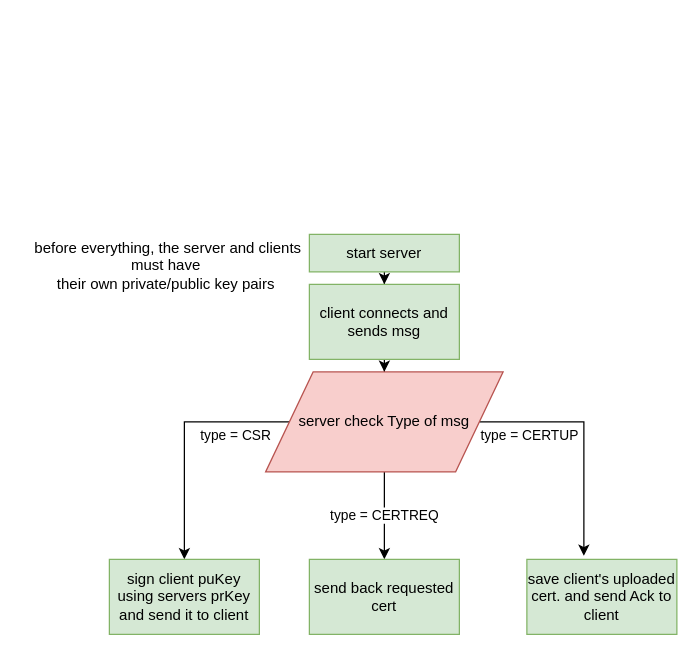
The draw.io diagram Untitled Diagram.drawio in Hasan-Alsulaiman/CA-project, before the edit. Source tidied: cells renumbered, new cells numbered last; positions are measured from the earlier drawing's top-left corner, leaving out a move shared by most shapes. Both pictures are drawn from the tidied source at 125%, with x=0, y=0 at pixel (21, 234).
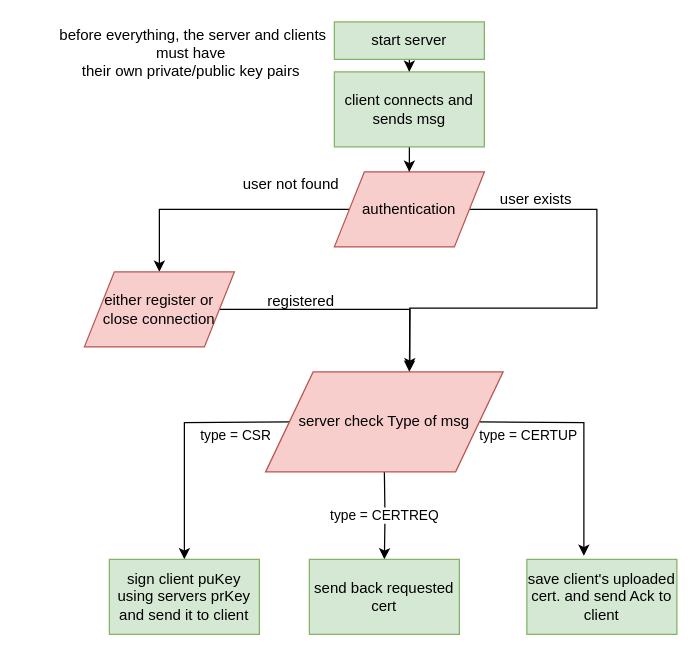
Above is the later version.

The change refers to these unchanged cells:
```xml
<mxCell id="11" value="server check Type of msg" style="shape=parallelogram;perimeter=parallelogramPerimeter;whiteSpace=wrap;html=1;fillColor=#f8cecc;strokeColor=#b85450;" parent="1" vertex="1">
  <mxGeometry x="195" y="110" width="190" height="80" as="geometry" />
</mxCell>
<mxCell id="12" value="save client's uploaded cert. and send Ack to client" style="rounded=0;whiteSpace=wrap;html=1;fillColor=#d5e8d4;strokeColor=#82b366;" parent="1" vertex="1">
  <mxGeometry x="404" y="260" width="120" height="60" as="geometry" />
</mxCell>
<mxCell id="13" value="send back requested cert" style="rounded=0;whiteSpace=wrap;html=1;fillColor=#d5e8d4;strokeColor=#82b366;" parent="1" vertex="1">
  <mxGeometry x="230" y="260" width="120" height="60" as="geometry" />
</mxCell>
<mxCell id="14" value="sign client puKey using servers prKey&lt;br&gt;and send it to client" style="rounded=0;whiteSpace=wrap;html=1;fillColor=#d5e8d4;strokeColor=#82b366;" parent="1" vertex="1">
  <mxGeometry x="70" y="260" width="120" height="60" as="geometry" />
</mxCell>
```

Change to the diagram source:
```diff
@@
     <mxCell id="3" value="start server" style="rounded=0;whiteSpace=wrap;html=1;fillColor=#d5e8d4;strokeColor=#82b366;fontStyle=0;fontFamily=Helvetica;" parent="1" vertex="1">
-      <mxGeometry x="230" width="120" height="30" as="geometry" />
+      <mxGeometry x="250" y="-170" width="120" height="30" as="geometry" />
     </mxCell>
-    <mxCell id="4" style="edgeStyle=orthogonalEdgeStyle;rounded=0;jettySize=auto;html=1;" parent="1" edge="1" source="5" target="11">
-      <mxGeometry relative="1" as="geometry" />
-    </mxCell>
+    <mxCell id="16" style="edgeStyle=orthogonalEdgeStyle;rounded=0;jettySize=auto;html=1;" parent="1" edge="1" source="5" target="19">
+      <mxGeometry relative="1" as="geometry" />
+    </mxCell>
     <mxCell id="5" value="client connects and sends msg" style="rounded=0;whiteSpace=wrap;html=1;fillColor=#d5e8d4;strokeColor=#82b366;" parent="1" vertex="1">
-      <mxGeometry x="230" y="40" width="120" height="60" as="geometry" />
+      <mxGeometry x="250" y="-130" width="120" height="60" as="geometry" />
     </mxCell>
-    <mxCell id="6" value="type = CERTREQ" style="edgeStyle=orthogonalEdgeStyle;rounded=0;jettySize=auto;html=1;" parent="1" edge="1" source="11" target="13">
-      <mxGeometry relative="1" as="geometry" />
+    <mxCell id="6" value="type = CERTREQ" style="edgeStyle=orthogonalEdgeStyle;rounded=0;jettySize=auto;html=1;" parent="1" edge="1" target="13">
+      <mxGeometry relative="1" as="geometry">
+        <mxPoint x="290" y="190" as="sourcePoint" />
+      </mxGeometry>
     </mxCell>
-    <mxCell id="7" style="edgeStyle=orthogonalEdgeStyle;rounded=0;jettySize=auto;html=1;entryX=0.38;entryY=-0.047;entryDx=0;entryDy=0;entryPerimeter=0;" parent="1" edge="1" source="11" target="12">
-      <mxGeometry relative="1" as="geometry" />
+    <mxCell id="7" style="edgeStyle=orthogonalEdgeStyle;rounded=0;jettySize=auto;html=1;entryX=0.38;entryY=-0.047;entryDx=0;entryDy=0;entryPerimeter=0;" parent="1" edge="1" target="12">
+      <mxGeometry relative="1" as="geometry">
+        <mxPoint x="366" y="150" as="sourcePoint" />
+      </mxGeometry>
     </mxCell>
@@
-    <mxCell id="9" style="edgeStyle=orthogonalEdgeStyle;rounded=0;jettySize=auto;html=1;" parent="1" edge="1" source="11" target="14">
-      <mxGeometry relative="1" as="geometry" />
+    <mxCell id="9" style="edgeStyle=orthogonalEdgeStyle;rounded=0;jettySize=auto;html=1;" parent="1" edge="1" target="14">
+      <mxGeometry relative="1" as="geometry">
+        <mxPoint x="214" y="150" as="sourcePoint" />
+      </mxGeometry>
     </mxCell>
@@
     <mxCell id="15" value="&amp;nbsp;before everything, the server and clients &lt;br&gt;must have &lt;br&gt;their own private/public key pairs" style="text;html=1;align=center;verticalAlign=middle;" parent="1" vertex="1">
-      <mxGeometry width="230" height="50" as="geometry" />
+      <mxGeometry x="20" y="-170" width="230" height="50" as="geometry" />
     </mxCell>
+    <mxCell id="17" style="edgeStyle=orthogonalEdgeStyle;rounded=0;jettySize=auto;html=1;entryX=0.607;entryY=-0.025;entryDx=0;entryDy=0;entryPerimeter=0;" parent="1" edge="1" source="19" target="11">
+      <mxGeometry relative="1" as="geometry">
+        <Array as="points">
+          <mxPoint x="460" y="-20" />
+          <mxPoint x="460" y="59" />
+          <mxPoint x="310" y="59" />
+        </Array>
+      </mxGeometry>
+    </mxCell>
+    <mxCell id="18" style="edgeStyle=orthogonalEdgeStyle;rounded=0;jettySize=auto;html=1;entryX=0.5;entryY=0;entryDx=0;entryDy=0;" parent="1" edge="1" source="19" target="23">
+      <mxGeometry relative="1" as="geometry" />
+    </mxCell>
+    <mxCell id="19" value="authentication" style="shape=parallelogram;perimeter=parallelogramPerimeter;whiteSpace=wrap;html=1;fillColor=#f8cecc;strokeColor=#b85450;" parent="1" vertex="1">
+      <mxGeometry x="250" y="-50" width="120" height="60" as="geometry" />
+    </mxCell>
+    <mxCell id="20" value="user exists" style="text;html=1;align=center;verticalAlign=middle;" parent="1" vertex="1">
+      <mxGeometry x="376" y="-38" width="70" height="20" as="geometry" />
+    </mxCell>
+    <mxCell id="21" value="user not found" style="text;html=1;align=center;verticalAlign=middle;" parent="1" vertex="1">
+      <mxGeometry x="170" y="-50" width="90" height="20" as="geometry" />
+    </mxCell>
+    <mxCell id="22" style="edgeStyle=orthogonalEdgeStyle;rounded=0;jettySize=auto;html=1;" parent="1" edge="1" source="23">
+      <mxGeometry relative="1" as="geometry">
+        <mxPoint x="310" y="110" as="targetPoint" />
+      </mxGeometry>
+    </mxCell>
+    <mxCell id="23" value="either register or close connection" style="shape=parallelogram;perimeter=parallelogramPerimeter;whiteSpace=wrap;html=1;fillColor=#f8cecc;strokeColor=#b85450;" parent="1" vertex="1">
+      <mxGeometry x="50" y="30" width="120" height="60" as="geometry" />
+    </mxCell>
+    <mxCell id="24" value="registered" style="text;html=1;align=center;verticalAlign=middle;" parent="1" vertex="1">
+      <mxGeometry x="188" y="44" width="70" height="20" as="geometry" />
+    </mxCell>
```
